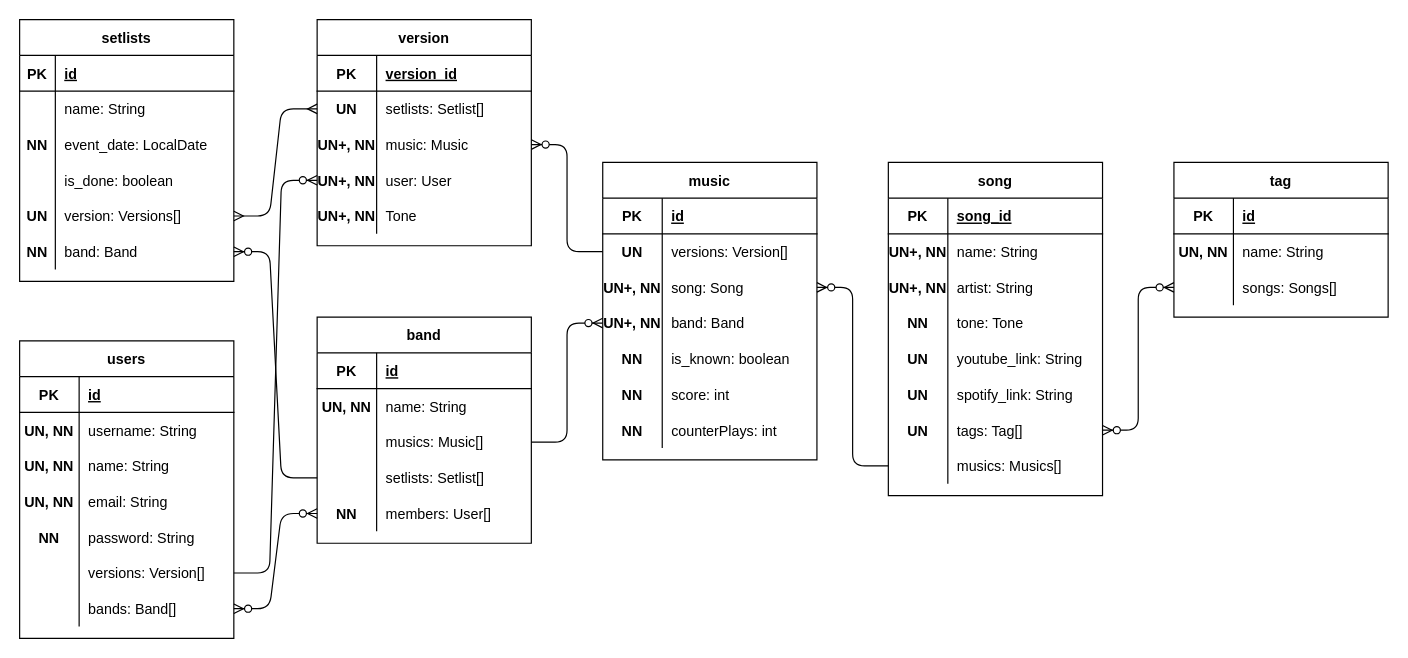
The draw.io diagram design/diagram.drawio in igormateus/repertapp-api, before the edit. Source tidied: cells renumbered, new cells numbered last; positions are measured from the earlier drawing's top-left corner, leaving out a move shared by most shapes. Both pictures are drawn from the tidied source at 119%, with x=0, y=0 at pixel (19, 19).
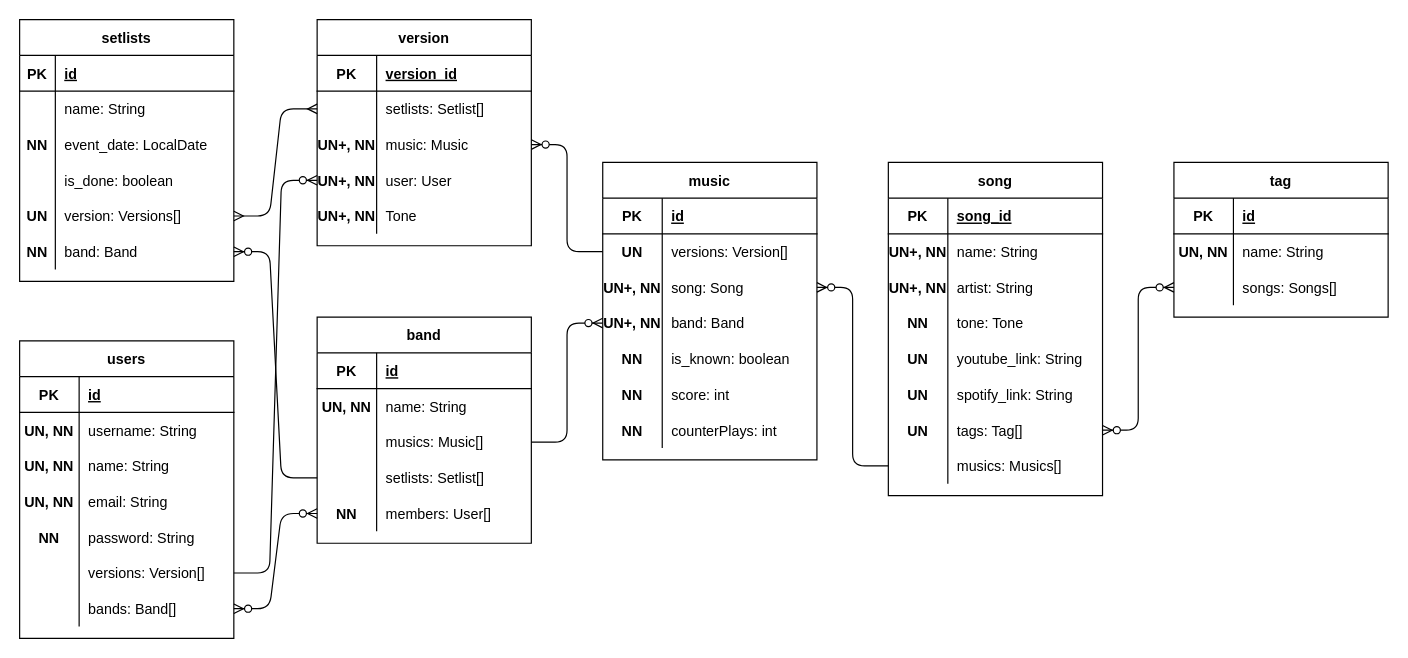
After the change.

The change refers to these unchanged cells:
```xml
<mxCell id="83" style="shape=partialRectangle;fillColor=none;top=0;left=0;bottom=0;right=0;points=[[0,0.5],[1,0.5]];portConstraint=eastwest;" parent="79" vertex="1">
  <mxGeometry y="60" width="180" height="30" as="geometry" />
</mxCell>
```

Change to the diagram source:
```diff
@@
-    <mxCell id="84" value="UN" style="shape=partialRectangle;fillColor=none;top=0;left=0;bottom=0;right=0;overflow=hidden;fontStyle=1;" parent="83" vertex="1">
+    <mxCell id="84" style="shape=partialRectangle;fillColor=none;top=0;left=0;bottom=0;right=0;overflow=hidden;fontStyle=1;" parent="83" vertex="1">
       <mxGeometry width="50" height="30" as="geometry" />
     </mxCell>
```
